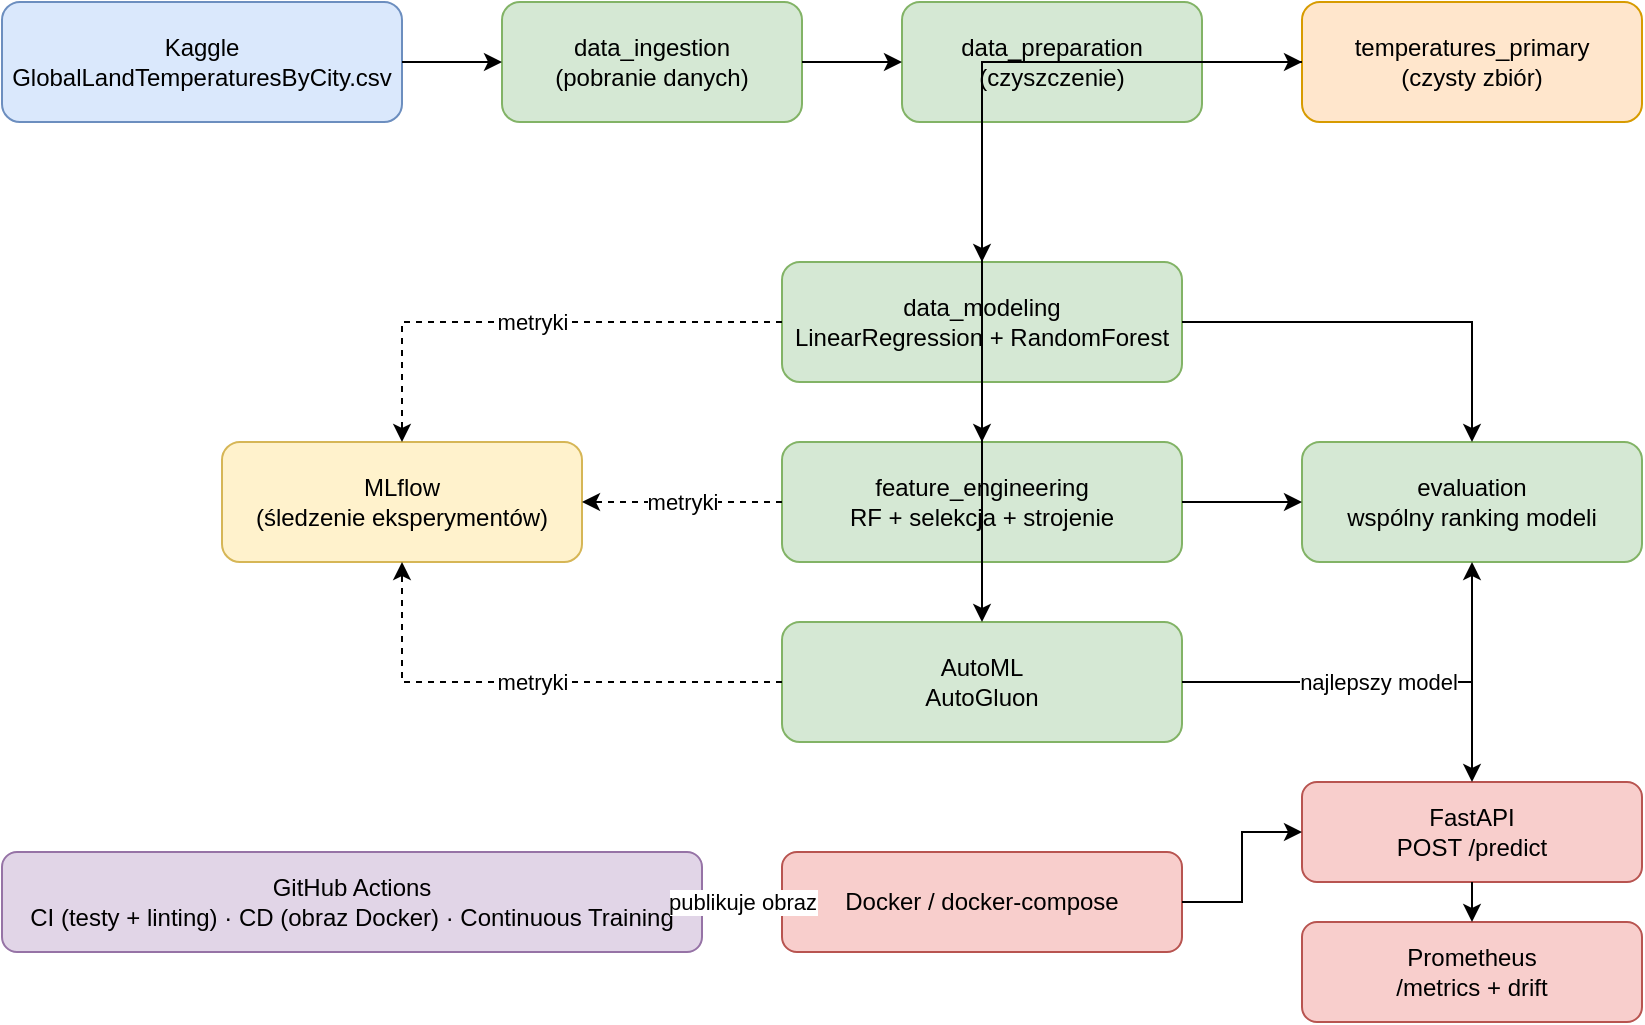
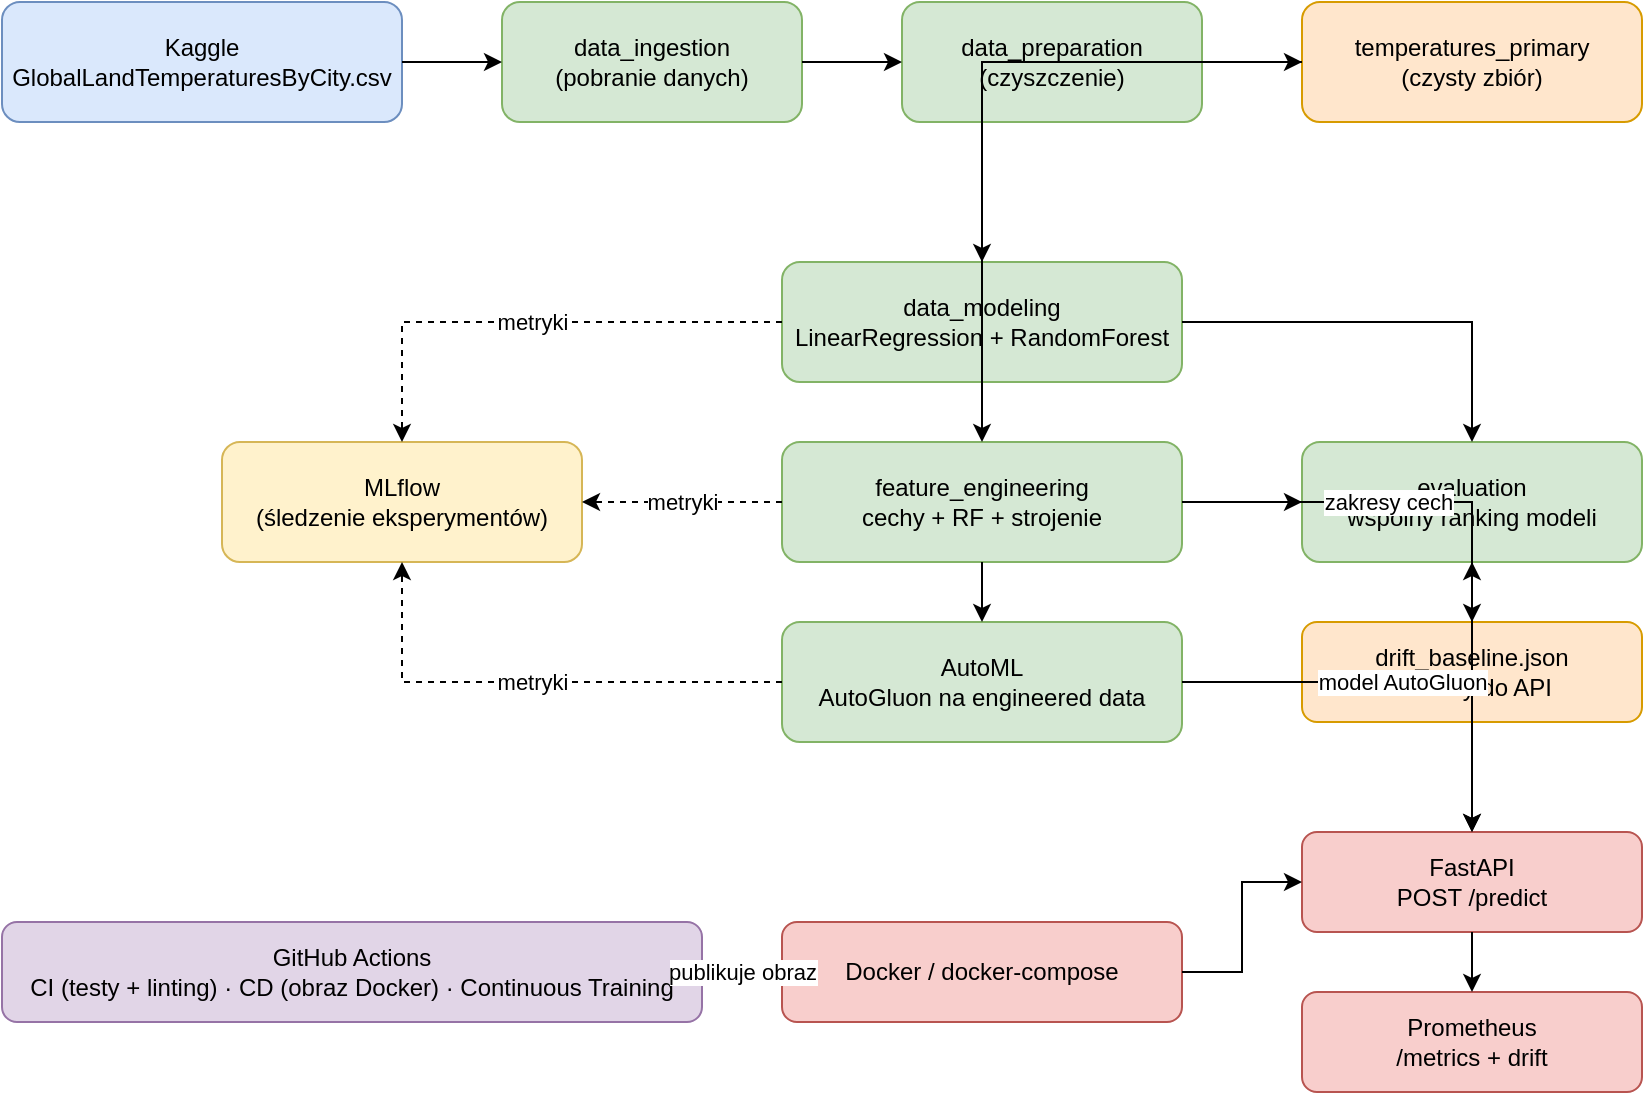
<mxfile host="app.diagrams.net" type="device">
  <diagram name="Architektura" id="arch-asi">
    <mxGraphModel dx="1000" dy="700" grid="1" gridSize="10" guides="1" tooltips="1" connect="1" arrows="1" fold="1" page="1" pageScale="1" pageWidth="1000" pageHeight="640" math="0" shadow="0">
      <root>
        <mxCell id="0" />
        <mxCell id="1" parent="0" />

        <mxCell id="kaggle" value="Kaggle&#10;GlobalLandTemperaturesByCity.csv" style="rounded=1;whiteSpace=wrap;html=1;fillColor=#dae8fc;strokeColor=#6c8ebf;" vertex="1" parent="1">
          <mxGeometry x="40" y="40" width="200" height="60" as="geometry" />
        </mxCell>
        <mxCell id="ingestion" value="data_ingestion&#10;(pobranie danych)" style="rounded=1;whiteSpace=wrap;html=1;fillColor=#d5e8d4;strokeColor=#82b366;" vertex="1" parent="1">
          <mxGeometry x="290" y="40" width="150" height="60" as="geometry" />
        </mxCell>
        <mxCell id="preparation" value="data_preparation&#10;(czyszczenie)" style="rounded=1;whiteSpace=wrap;html=1;fillColor=#d5e8d4;strokeColor=#82b366;" vertex="1" parent="1">
          <mxGeometry x="490" y="40" width="150" height="60" as="geometry" />
        </mxCell>
-         <mxCell id="primary" value="temperatures_primary&#10;(czysty zbiór)" style="rounded=1;whiteSpace=wrap;html=1;fillColor=#ffe6cc;strokeColor=#d79b00;" vertex="1" parent="1">
+         <mxCell id="primary" value="temperatures_primary&#10;(czysty zbi&#243;r)" style="rounded=1;whiteSpace=wrap;html=1;fillColor=#ffe6cc;strokeColor=#d79b00;" vertex="1" parent="1">
          <mxGeometry x="690" y="40" width="170" height="60" as="geometry" />
        </mxCell>

        <mxCell id="modeling" value="data_modeling&#10;LinearRegression + RandomForest" style="rounded=1;whiteSpace=wrap;html=1;fillColor=#d5e8d4;strokeColor=#82b366;" vertex="1" parent="1">
          <mxGeometry x="430" y="170" width="200" height="60" as="geometry" />
        </mxCell>
-         <mxCell id="feature" value="feature_engineering&#10;RF + selekcja + strojenie" style="rounded=1;whiteSpace=wrap;html=1;fillColor=#d5e8d4;strokeColor=#82b366;" vertex="1" parent="1">
+         <mxCell id="feature" value="feature_engineering&#10;cechy + RF + strojenie" style="rounded=1;whiteSpace=wrap;html=1;fillColor=#d5e8d4;strokeColor=#82b366;" vertex="1" parent="1">
          <mxGeometry x="430" y="260" width="200" height="60" as="geometry" />
        </mxCell>
-         <mxCell id="automl" value="AutoML&#10;AutoGluon" style="rounded=1;whiteSpace=wrap;html=1;fillColor=#d5e8d4;strokeColor=#82b366;" vertex="1" parent="1">
+         <mxCell id="automl" value="AutoML&#10;AutoGluon na engineered data" style="rounded=1;whiteSpace=wrap;html=1;fillColor=#d5e8d4;strokeColor=#82b366;" vertex="1" parent="1">
          <mxGeometry x="430" y="350" width="200" height="60" as="geometry" />
        </mxCell>
-         <mxCell id="evaluation" value="evaluation&#10;wspólny ranking modeli" style="rounded=1;whiteSpace=wrap;html=1;fillColor=#d5e8d4;strokeColor=#82b366;" vertex="1" parent="1">
+         <mxCell id="evaluation" value="evaluation&#10;wsp&#243;lny ranking modeli" style="rounded=1;whiteSpace=wrap;html=1;fillColor=#d5e8d4;strokeColor=#82b366;" vertex="1" parent="1">
          <mxGeometry x="690" y="260" width="170" height="60" as="geometry" />
        </mxCell>

-         <mxCell id="mlflow" value="MLflow&#10;(śledzenie eksperymentów)" style="rounded=1;whiteSpace=wrap;html=1;fillColor=#fff2cc;strokeColor=#d6b656;" vertex="1" parent="1">
+         <mxCell id="drift" value="drift_baseline.json&#10;zakresy do API" style="rounded=1;whiteSpace=wrap;html=1;fillColor=#ffe6cc;strokeColor=#d79b00;" vertex="1" parent="1">
+           <mxGeometry x="690" y="350" width="170" height="50" as="geometry" />
+         </mxCell>
+ 
+         <mxCell id="mlflow" value="MLflow&#10;(&#347;ledzenie eksperyment&#243;w)" style="rounded=1;whiteSpace=wrap;html=1;fillColor=#fff2cc;strokeColor=#d6b656;" vertex="1" parent="1">
          <mxGeometry x="150" y="260" width="180" height="60" as="geometry" />
        </mxCell>

        <mxCell id="api" value="FastAPI&#10;POST /predict" style="rounded=1;whiteSpace=wrap;html=1;fillColor=#f8cecc;strokeColor=#b85450;" vertex="1" parent="1">
-           <mxGeometry x="690" y="430" width="170" height="50" as="geometry" />
+           <mxGeometry x="690" y="455" width="170" height="50" as="geometry" />
        </mxCell>
        <mxCell id="prometheus" value="Prometheus&#10;/metrics + drift" style="rounded=1;whiteSpace=wrap;html=1;fillColor=#f8cecc;strokeColor=#b85450;" vertex="1" parent="1">
-           <mxGeometry x="690" y="500" width="170" height="50" as="geometry" />
+           <mxGeometry x="690" y="535" width="170" height="50" as="geometry" />
        </mxCell>
        <mxCell id="docker" value="Docker / docker-compose" style="rounded=1;whiteSpace=wrap;html=1;fillColor=#f8cecc;strokeColor=#b85450;" vertex="1" parent="1">
-           <mxGeometry x="430" y="465" width="200" height="50" as="geometry" />
+           <mxGeometry x="430" y="500" width="200" height="50" as="geometry" />
        </mxCell>

-         <mxCell id="gha" value="GitHub Actions&#10;CI (testy + linting) · CD (obraz Docker) · Continuous Training" style="rounded=1;whiteSpace=wrap;html=1;fillColor=#e1d5e7;strokeColor=#9673a6;" vertex="1" parent="1">
-           <mxGeometry x="40" y="465" width="350" height="50" as="geometry" />
+         <mxCell id="gha" value="GitHub Actions&#10;CI (testy + linting) &#183; CD (obraz Docker) &#183; Continuous Training" style="rounded=1;whiteSpace=wrap;html=1;fillColor=#e1d5e7;strokeColor=#9673a6;" vertex="1" parent="1">
+           <mxGeometry x="40" y="500" width="350" height="50" as="geometry" />
        </mxCell>

        <mxCell id="e1" style="edgeStyle=orthogonalEdgeStyle;rounded=0;html=1;" edge="1" parent="1" source="kaggle" target="ingestion"><mxGeometry relative="1" as="geometry" /></mxCell>
        <mxCell id="e2" style="edgeStyle=orthogonalEdgeStyle;rounded=0;html=1;" edge="1" parent="1" source="ingestion" target="preparation"><mxGeometry relative="1" as="geometry" /></mxCell>
        <mxCell id="e3" style="edgeStyle=orthogonalEdgeStyle;rounded=0;html=1;" edge="1" parent="1" source="preparation" target="primary"><mxGeometry relative="1" as="geometry" /></mxCell>
        <mxCell id="e4" style="edgeStyle=orthogonalEdgeStyle;rounded=0;html=1;" edge="1" parent="1" source="primary" target="modeling"><mxGeometry relative="1" as="geometry" /></mxCell>
        <mxCell id="e5" style="edgeStyle=orthogonalEdgeStyle;rounded=0;html=1;" edge="1" parent="1" source="primary" target="feature"><mxGeometry relative="1" as="geometry" /></mxCell>
-         <mxCell id="e6" style="edgeStyle=orthogonalEdgeStyle;rounded=0;html=1;" edge="1" parent="1" source="primary" target="automl"><mxGeometry relative="1" as="geometry" /></mxCell>
+         <mxCell id="e6" style="edgeStyle=orthogonalEdgeStyle;rounded=0;html=1;" edge="1" parent="1" source="feature" target="automl"><mxGeometry relative="1" as="geometry" /></mxCell>
        <mxCell id="e7" style="edgeStyle=orthogonalEdgeStyle;rounded=0;html=1;" edge="1" parent="1" source="modeling" target="evaluation"><mxGeometry relative="1" as="geometry" /></mxCell>
        <mxCell id="e8" style="edgeStyle=orthogonalEdgeStyle;rounded=0;html=1;" edge="1" parent="1" source="feature" target="evaluation"><mxGeometry relative="1" as="geometry" /></mxCell>
        <mxCell id="e9" style="edgeStyle=orthogonalEdgeStyle;rounded=0;html=1;" edge="1" parent="1" source="automl" target="evaluation"><mxGeometry relative="1" as="geometry" /></mxCell>
        <mxCell id="e10" style="edgeStyle=orthogonalEdgeStyle;rounded=0;html=1;dashed=1;" value="metryki" edge="1" parent="1" source="modeling" target="mlflow"><mxGeometry relative="1" as="geometry" /></mxCell>
        <mxCell id="e11" style="edgeStyle=orthogonalEdgeStyle;rounded=0;html=1;dashed=1;" value="metryki" edge="1" parent="1" source="feature" target="mlflow"><mxGeometry relative="1" as="geometry" /></mxCell>
        <mxCell id="e12" style="edgeStyle=orthogonalEdgeStyle;rounded=0;html=1;dashed=1;" value="metryki" edge="1" parent="1" source="automl" target="mlflow"><mxGeometry relative="1" as="geometry" /></mxCell>
-         <mxCell id="e13" style="edgeStyle=orthogonalEdgeStyle;rounded=0;html=1;" value="najlepszy model" edge="1" parent="1" source="automl" target="api"><mxGeometry relative="1" as="geometry" /></mxCell>
+         <mxCell id="e13" style="edgeStyle=orthogonalEdgeStyle;rounded=0;html=1;" value="model AutoGluon" edge="1" parent="1" source="automl" target="api"><mxGeometry relative="1" as="geometry" /></mxCell>
        <mxCell id="e14" style="edgeStyle=orthogonalEdgeStyle;rounded=0;html=1;" edge="1" parent="1" source="api" target="prometheus"><mxGeometry relative="1" as="geometry" /></mxCell>
        <mxCell id="e15" style="edgeStyle=orthogonalEdgeStyle;rounded=0;html=1;dashed=1;" value="publikuje obraz" edge="1" parent="1" source="gha" target="docker"><mxGeometry relative="1" as="geometry" /></mxCell>
        <mxCell id="e16" style="edgeStyle=orthogonalEdgeStyle;rounded=0;html=1;" edge="1" parent="1" source="docker" target="api"><mxGeometry relative="1" as="geometry" /></mxCell>
+         <mxCell id="e17" style="edgeStyle=orthogonalEdgeStyle;rounded=0;html=1;" value="zakresy cech" edge="1" parent="1" source="feature" target="drift"><mxGeometry relative="1" as="geometry" /></mxCell>
+         <mxCell id="e18" style="edgeStyle=orthogonalEdgeStyle;rounded=0;html=1;" edge="1" parent="1" source="drift" target="api"><mxGeometry relative="1" as="geometry" /></mxCell>
      </root>
    </mxGraphModel>
  </diagram>
</mxfile>
